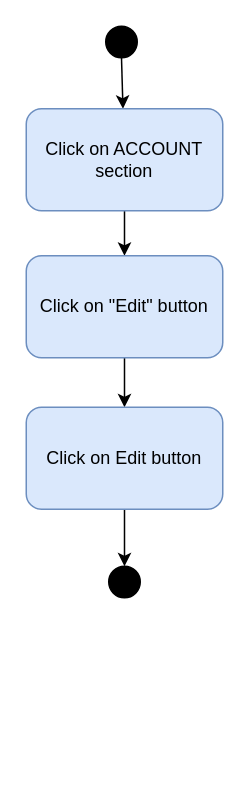
Before: Diagram & Material/Diagram/Activity Diagram/EditPersonalInfo_ActivityDIagram.drawio in hakunhan/HANU_minimart, a draw.io diagram. Source tidied: cells renumbered, new cells numbered last; positions are measured from the earlier drawing's top-left corner, leaving out a move shared by most shapes. Both pictures are drawn from the tidied source at 150%, with x=0, y=0 at pixel (26, 26).
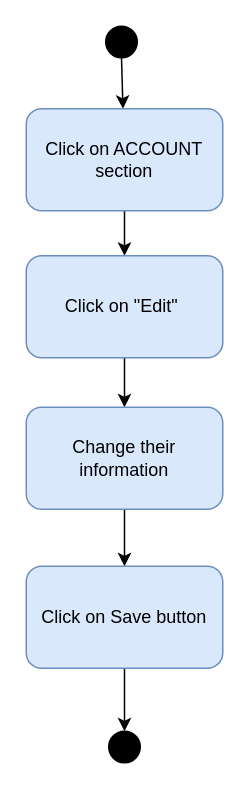
After the change.

The edit, as a diff of the source:
```diff
@@
 <mxGraphModel>
   <root>
     <mxCell id="0" />
     <mxCell id="1" parent="0" />
     <mxCell id="2" style="ellipse;whiteSpace=wrap;html=1;fillColor=#000000;" parent="1" vertex="1">
       <mxGeometry x="53" width="21" height="21" as="geometry" />
     </mxCell>
     <mxCell id="3" style="endArrow=classic;html=1;exitX=0.5;exitY=1;exitDx=0;exitDy=0;" parent="1" edge="1" source="2" target="5">
       <mxGeometry relative="1" as="geometry" />
     </mxCell>
     <mxCell id="4" style="edgeStyle=orthogonalEdgeStyle;rounded=0;jettySize=auto;html=1;" parent="1" edge="1" source="5" target="7">
       <mxGeometry relative="1" as="geometry" />
     </mxCell>
     <mxCell id="5" value="Click on ACCOUNT section" style="rounded=1;whiteSpace=wrap;html=1;fillColor=#dae8fc;strokeColor=#6c8ebf;" parent="1" vertex="1">
       <mxGeometry y="55" width="131" height="68" as="geometry" />
     </mxCell>
     <mxCell id="6" style="edgeStyle=orthogonalEdgeStyle;rounded=0;jettySize=auto;html=1;" parent="1" edge="1" source="7" target="9">
       <mxGeometry relative="1" as="geometry" />
     </mxCell>
-    <mxCell id="7" value="Click on &quot;Edit&quot; button" style="rounded=1;whiteSpace=wrap;html=1;fillColor=#dae8fc;strokeColor=#6c8ebf;" parent="1" vertex="1">
+    <mxCell id="7" value="Click on &quot;Edit&quot;&amp;nbsp;" style="rounded=1;whiteSpace=wrap;html=1;fillColor=#dae8fc;strokeColor=#6c8ebf;" parent="1" vertex="1">
       <mxGeometry y="153" width="131" height="68" as="geometry" />
     </mxCell>
-    <mxCell id="8" style="edgeStyle=orthogonalEdgeStyle;rounded=0;jettySize=auto;html=1;entryX=0.5;entryY=0;entryDx=0;entryDy=0;" parent="1" edge="1" source="9" target="10">
-      <mxGeometry relative="1" as="geometry" />
-    </mxCell>
+    <mxCell id="11" style="edgeStyle=orthogonalEdgeStyle;rounded=0;jettySize=auto;html=1;entryX=0.5;entryY=0;entryDx=0;entryDy=0;" parent="1" edge="1" source="9" target="13">
+      <mxGeometry relative="1" as="geometry" />
+    </mxCell>
-    <mxCell id="9" value="Click on Edit button" style="rounded=1;whiteSpace=wrap;html=1;fillColor=#dae8fc;strokeColor=#6c8ebf;" parent="1" vertex="1">
+    <mxCell id="9" value="Change their information" style="rounded=1;whiteSpace=wrap;html=1;fillColor=#dae8fc;strokeColor=#6c8ebf;" parent="1" vertex="1">
       <mxGeometry y="254" width="131" height="68" as="geometry" />
     </mxCell>
     <mxCell id="10" style="ellipse;whiteSpace=wrap;html=1;fillColor=#000000;" parent="1" vertex="1">
-      <mxGeometry x="55" y="360" width="21" height="21" as="geometry" />
+      <mxGeometry x="55" y="470" width="21" height="21" as="geometry" />
     </mxCell>
+    <mxCell id="12" style="edgeStyle=orthogonalEdgeStyle;rounded=0;jettySize=auto;html=1;entryX=0.5;entryY=0;entryDx=0;entryDy=0;" parent="1" edge="1" source="13" target="10">
+      <mxGeometry relative="1" as="geometry" />
+    </mxCell>
+    <mxCell id="13" value="Click on Save button" style="rounded=1;whiteSpace=wrap;html=1;fillColor=#dae8fc;strokeColor=#6c8ebf;" parent="1" vertex="1">
+      <mxGeometry y="360" width="131" height="68" as="geometry" />
+    </mxCell>
   </root>
 </mxGraphModel>
```
